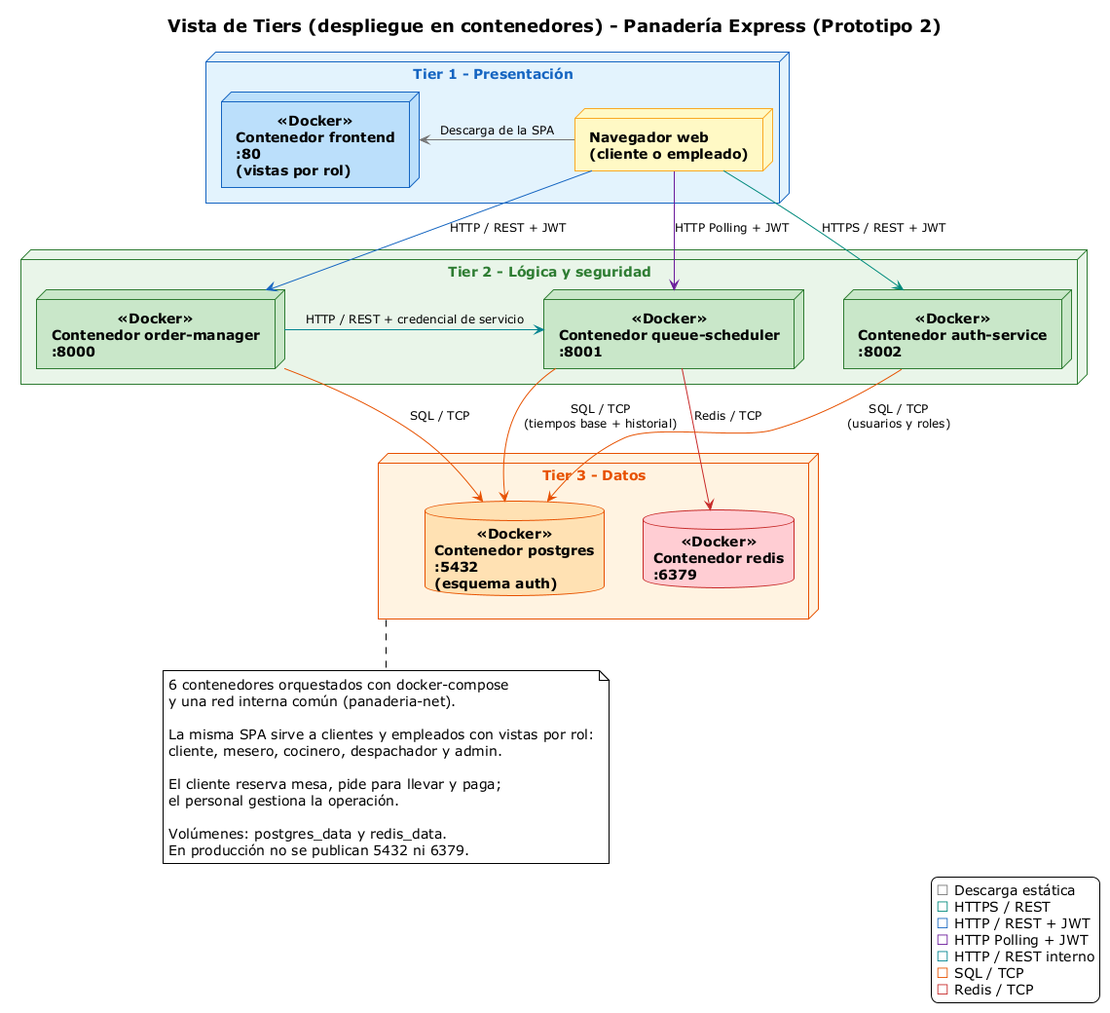
Above: g3-H-PanTech/docs/tiers_despliegue P2.png in unal-sw-arch/swarch-2026ii (PlantUML), before the change.
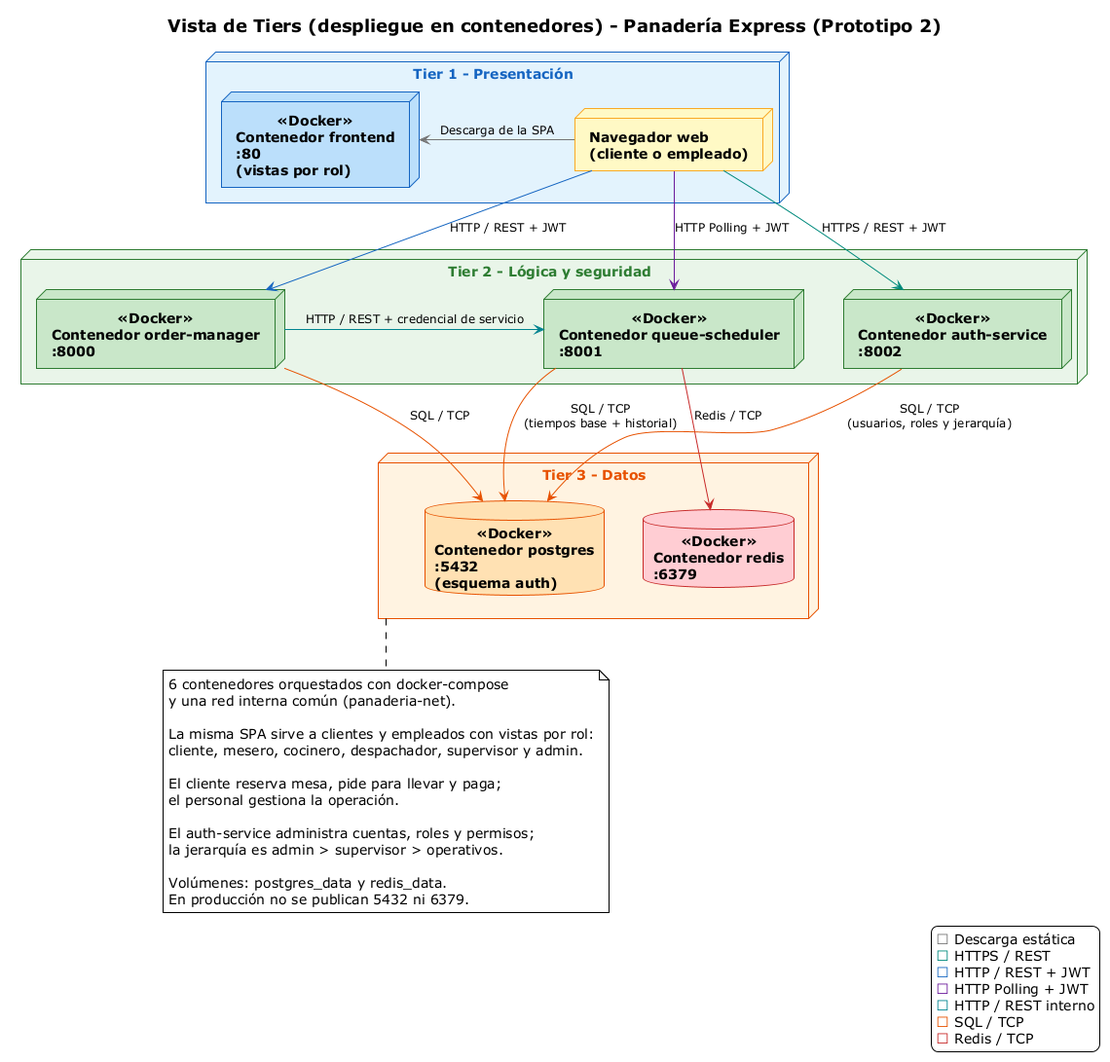
Later version of the same file.

The edit, as a diff of the source:
```diff
@@ -41,17 +41,20 @@
 COrder -[#E65100]down-> CPg : SQL / TCP
 CSched -[#E65100]down-> CPg : SQL / TCP\n(tiempos base + historial)
 CSched -[#C62828]down-> CRedis : Redis / TCP
-CAuth -[#E65100]down-> CPg : SQL / TCP\n(usuarios y roles)
+CAuth -[#E65100]down-> CPg : SQL / TCP\n(usuarios, roles y jerarquía)
 
 note bottom of T3
   6 contenedores orquestados con docker-compose
   y una red interna común (panaderia-net).
 
   La misma SPA sirve a clientes y empleados con vistas por rol:
-  cliente, mesero, cocinero, despachador y admin.
+  cliente, mesero, cocinero, despachador, supervisor y admin.
 
   El cliente reserva mesa, pide para llevar y paga;
   el personal gestiona la operación.
+
+  El auth-service administra cuentas, roles y permisos;
+  la jerarquía es admin > supervisor > operativos.
 
   Volúmenes: postgres_data y redis_data.
   En producción no se publican 5432 ni 6379.
```
